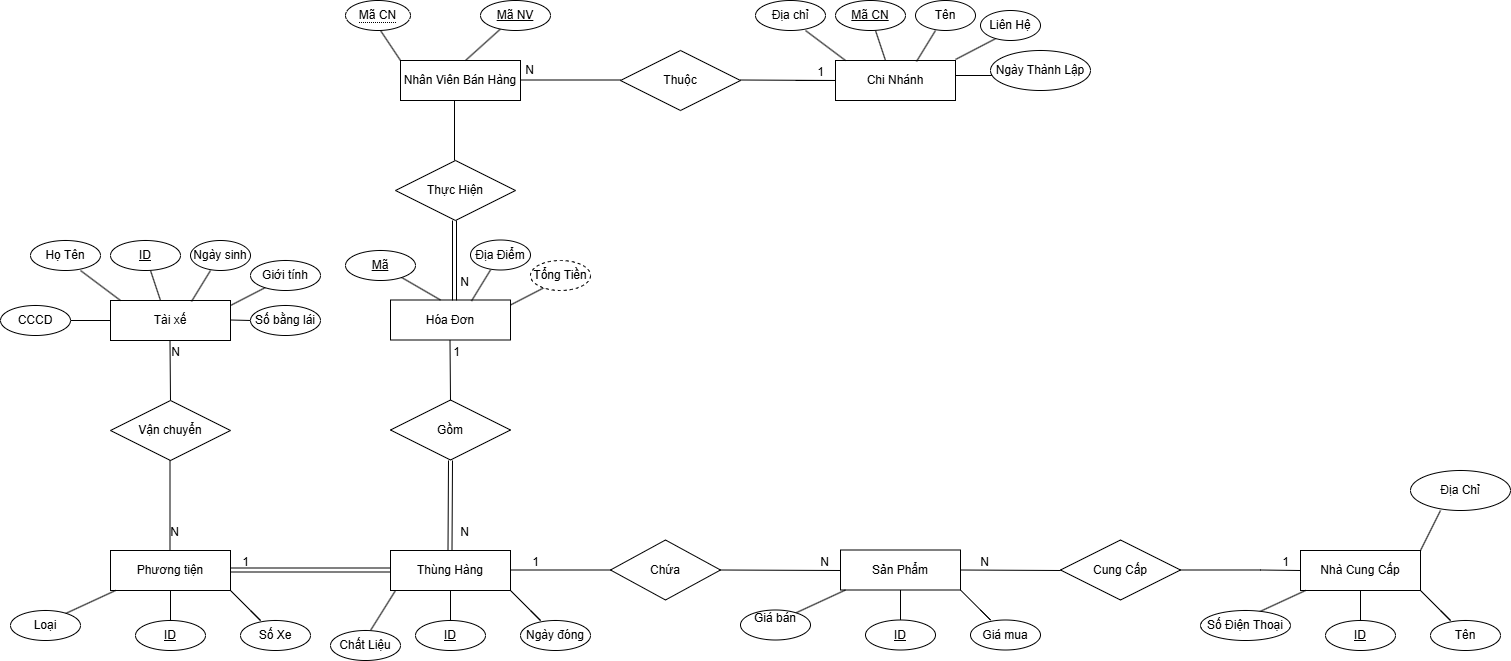
Earlier version of the draw.io export Biểu đồ không có tiêu đề.drawio.png (Dungnony/08-03). Source tidied: cells renumbered, new cells last; positions are measured from the earlier drawing's top-left corner, leaving out a move shared by most shapes.
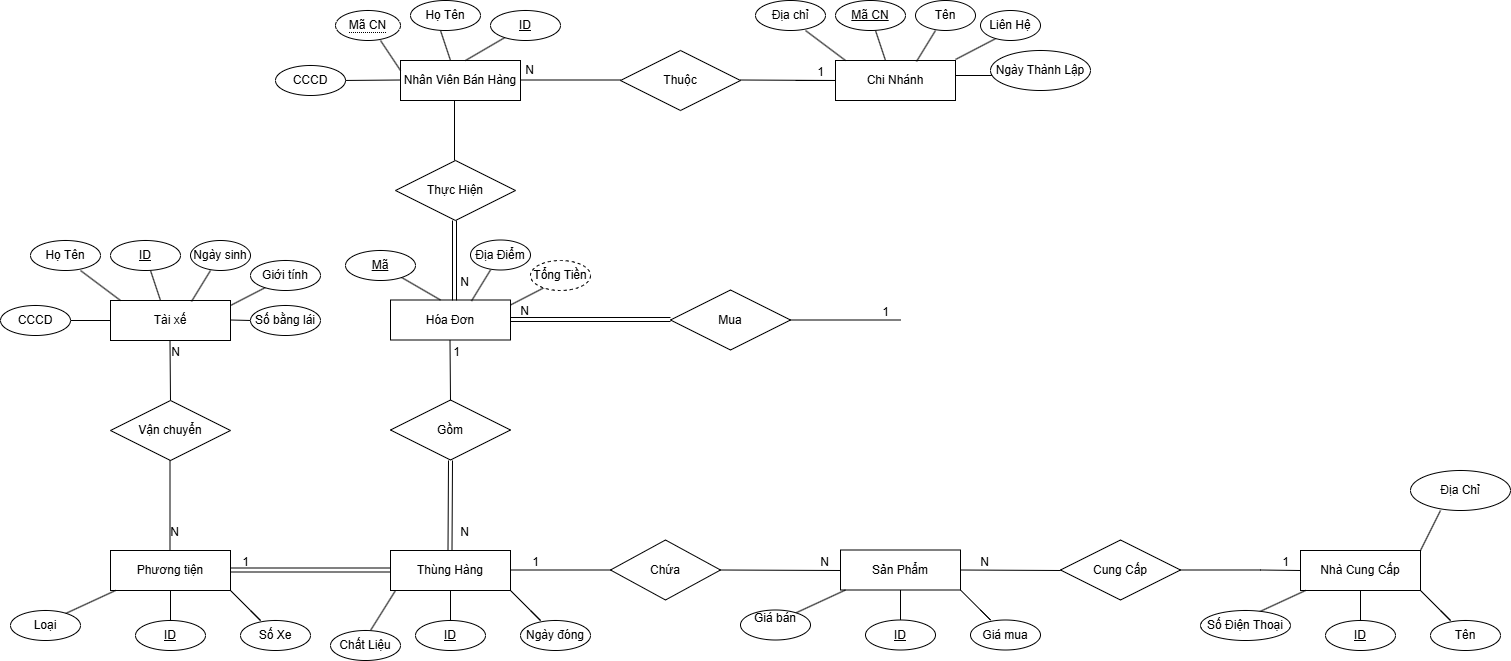
Later version of the same file.

Commit message:
Cập nhật Biểu đồ không có tiêu đề.drawio.png

The edit, as a diff of the source:
```diff
@@ -370,8 +370,8 @@
         <mxPoint x="465" y="60" as="sourcePoint" />
       </mxGeometry>
     </mxCell>
-    <mxCell id="83" value="Mã NV" style="ellipse;whiteSpace=wrap;html=1;align=center;fontStyle=4;" parent="1" vertex="1">
-      <mxGeometry x="480" width="70" height="30" as="geometry" />
+    <mxCell id="83" value="ID" style="ellipse;whiteSpace=wrap;html=1;align=center;fontStyle=4;" parent="1" vertex="1">
+      <mxGeometry x="490" y="10" width="70" height="30" as="geometry" />
     </mxCell>
     <mxCell id="84" value="Thuộc" style="shape=rhombus;perimeter=rhombusPerimeter;whiteSpace=wrap;html=1;align=center;" parent="1" vertex="1">
       <mxGeometry x="620" y="50" width="120" height="60" as="geometry" />
@@ -440,12 +440,12 @@
     </mxCell>
     <mxCell id="99" style="endArrow=none;html=1;rounded=0;" parent="1" edge="1">
       <mxGeometry relative="1" as="geometry">
-        <mxPoint x="400" y="60" as="sourcePoint" />
-        <mxPoint x="380" y="30" as="targetPoint" />
+        <mxPoint x="400" y="70" as="sourcePoint" />
+        <mxPoint x="380" y="40" as="targetPoint" />
       </mxGeometry>
     </mxCell>
     <mxCell id="100" value="&lt;span style=&quot;border-bottom: 1px dotted&quot;&gt;Mã CN&lt;/span&gt;" style="ellipse;whiteSpace=wrap;html=1;align=center;" parent="1" vertex="1">
-      <mxGeometry x="345" width="65" height="30" as="geometry" />
+      <mxGeometry x="335" y="10" width="65" height="30" as="geometry" />
     </mxCell>
     <mxCell id="101" style="endArrow=none;html=1;rounded=0;" parent="1" edge="1">
       <mxGeometry relative="1" as="geometry">
@@ -459,5 +459,48 @@
     <mxCell id="102" value="Ngày Thành Lập" style="ellipse;whiteSpace=wrap;html=1;align=center;rotation=0;" parent="1" vertex="1">
       <mxGeometry x="990" y="50" width="100" height="40" as="geometry" />
     </mxCell>
+    <mxCell id="103" style="endArrow=none;html=1;rounded=0;" parent="1" edge="1">
+      <mxGeometry relative="1" as="geometry">
+        <mxPoint x="450.1" y="60.2" as="sourcePoint" />
+        <mxPoint x="440" y="30" as="targetPoint" />
+      </mxGeometry>
+    </mxCell>
+    <mxCell id="104" value="Họ Tên" style="ellipse;whiteSpace=wrap;html=1;align=center;" parent="1" vertex="1">
+      <mxGeometry x="410" width="70" height="30" as="geometry" />
+    </mxCell>
+    <mxCell id="105" style="endArrow=none;html=1;rounded=0;" parent="1" edge="1">
+      <mxGeometry relative="1" as="geometry">
+        <mxPoint x="340" y="80" as="sourcePoint" />
+        <mxPoint x="400" y="79.5" as="targetPoint" />
+      </mxGeometry>
+    </mxCell>
+    <mxCell id="106" value="CCCD" style="ellipse;whiteSpace=wrap;html=1;align=center;" parent="1" vertex="1">
+      <mxGeometry x="275" y="65" width="70" height="30" as="geometry" />
+    </mxCell>
+    <mxCell id="107" style="shape=link;html=1;rounded=0;" parent="1" edge="1">
+      <mxGeometry relative="1" as="geometry">
+        <mxPoint x="510" y="319" as="sourcePoint" />
+        <mxPoint x="670" y="319" as="targetPoint" />
+      </mxGeometry>
+    </mxCell>
+    <mxCell id="108" value="N" style="html=1;whiteSpace=wrap;align=right;verticalAlign=bottom;" parent="107" vertex="1">
+      <mxGeometry x="1" relative="1" as="geometry">
+        <mxPoint x="-140" as="offset" />
+      </mxGeometry>
+    </mxCell>
+    <mxCell id="109" value="Mua" style="shape=rhombus;perimeter=rhombusPerimeter;whiteSpace=wrap;html=1;align=center;" parent="1" vertex="1">
+      <mxGeometry x="670" y="289.5" width="120" height="60" as="geometry" />
+    </mxCell>
+    <mxCell id="110" style="endArrow=none;html=1;rounded=0;" parent="1" edge="1">
+      <mxGeometry relative="1" as="geometry">
+        <mxPoint x="790" y="319.5" as="sourcePoint" />
+        <mxPoint x="900" y="319.5" as="targetPoint" />
+      </mxGeometry>
+    </mxCell>
+    <mxCell id="111" value="1" style="html=1;whiteSpace=wrap;align=right;verticalAlign=bottom;" parent="110" vertex="1">
+      <mxGeometry x="1" relative="1" as="geometry">
+        <mxPoint x="-10" as="offset" />
+      </mxGeometry>
+    </mxCell>
   </root>
 </mxGraphModel>
```
